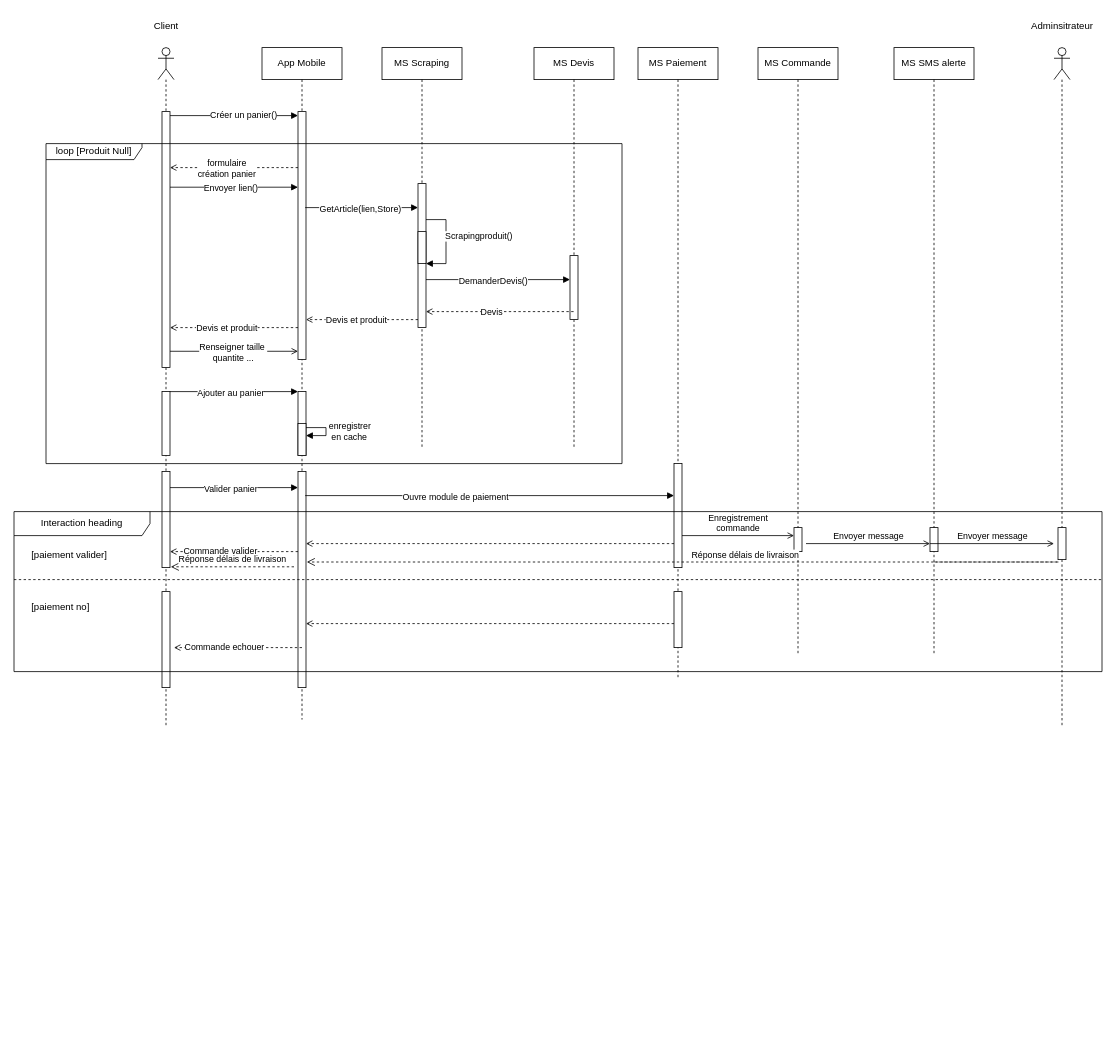
Before: page "DS-MFS-Panier" (2 of 2) of Diagramme_MyFrench_Shop.drawio in kbvac/Diagramme-UML, a draw.io diagram. Source tidied: cells renumbered, new cells numbered last; positions are measured from the earlier drawing's top-left corner, leaving out a move shared by most shapes. Both pictures are drawn from the tidied source at 80%, with x=0, y=0 at pixel (14, 14).
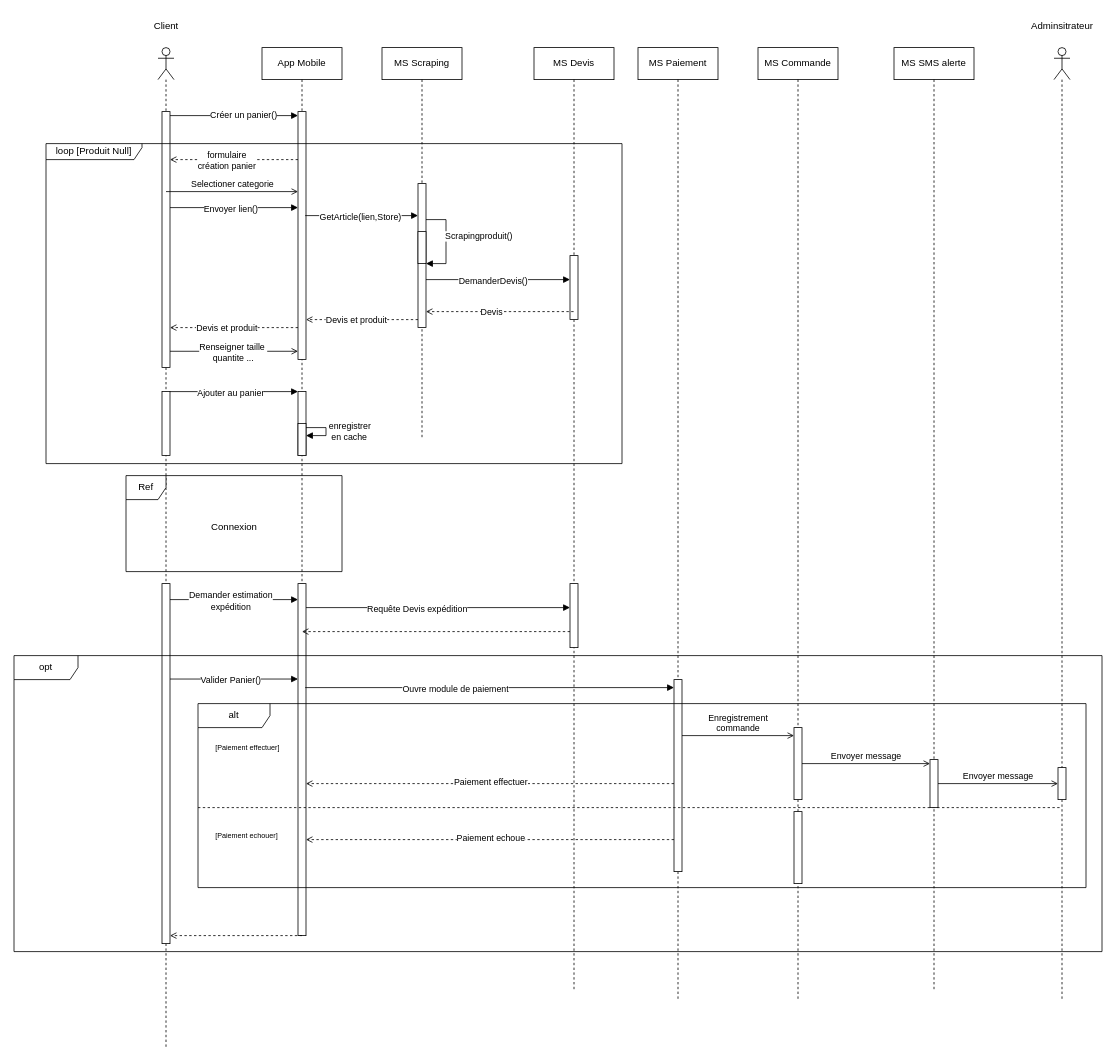
The same diagram, later.

Change to the diagram source:
```diff
@@
     <mxCell id="2" style="shape=umlLifeline;perimeter=lifelinePerimeter;whiteSpace=wrap;html=1;newEdgeStyle={&quot;curved&quot;:0,&quot;rounded&quot;:0};participant=umlActor;" parent="1" vertex="1">
-      <mxGeometry x="180" y="42" width="20" height="850" as="geometry" />
+      <mxGeometry x="180" y="42" width="20" height="1250" as="geometry" />
     </mxCell>
@@
     <mxCell id="5" style="html=1;points=[[0,0,0,0,5],[0,1,0,0,-5],[1,0,0,0,5],[1,1,0,0,-5]];perimeter=orthogonalPerimeter;outlineConnect=0;targetShapes=umlLifeline;portConstraint=eastwest;newEdgeStyle={&quot;curved&quot;:0,&quot;rounded&quot;:0};" parent="2" vertex="1">
-      <mxGeometry x="5" y="530" width="10" height="120" as="geometry" />
+      <mxGeometry x="5" y="670" width="10" height="450" as="geometry" />
     </mxCell>
-    <mxCell id="6" style="html=1;perimeter=orthogonalPerimeter;targetShapes=umlLifeline;newEdgeStyle={&quot;curved&quot;:0,&quot;rounded&quot;:0};" parent="2" vertex="1">
-      <mxGeometry x="5" y="680" width="10" height="120" as="geometry" />
-    </mxCell>
     <mxCell id="7" value="MS Scraping" style="shape=umlLifeline;perimeter=lifelinePerimeter;whiteSpace=wrap;html=1;newEdgeStyle={&quot;edgeStyle&quot;:&quot;elbowEdgeStyle&quot;,&quot;elbow&quot;:&quot;vertical&quot;,&quot;curved&quot;:0,&quot;rounded&quot;:0};" parent="1" vertex="1">
-      <mxGeometry x="460" y="42" width="100" height="500" as="geometry" />
+      <mxGeometry x="460" y="42" width="100" height="490" as="geometry" />
     </mxCell>
@@
     <mxCell id="14" value="MS Devis" style="shape=umlLifeline;perimeter=lifelinePerimeter;whiteSpace=wrap;html=1;outlineConnect=0;portConstraint=eastwest;newEdgeStyle={&quot;edgeStyle&quot;:&quot;elbowEdgeStyle&quot;,&quot;elbow&quot;:&quot;vertical&quot;,&quot;curved&quot;:0,&quot;rounded&quot;:0};" parent="1" vertex="1">
-      <mxGeometry x="650" y="42" width="100" height="500" as="geometry" />
+      <mxGeometry x="650" y="42" width="100" height="1180" as="geometry" />
     </mxCell>
@@
+    <mxCell id="70" style="html=1;points=[[0,0,0,0,5],[0,1,0,0,-5],[1,0,0,0,5],[1,1,0,0,-5]];perimeter=orthogonalPerimeter;outlineConnect=0;targetShapes=umlLifeline;portConstraint=eastwest;newEdgeStyle={&quot;curved&quot;:0,&quot;rounded&quot;:0};" parent="14" vertex="1">
+      <mxGeometry x="45" y="670" width="10" height="80" as="geometry" />
+    </mxCell>
     <mxCell id="16" value="App Mobile" style="shape=umlLifeline;perimeter=lifelinePerimeter;whiteSpace=wrap;html=1;newEdgeStyle={&quot;edgeStyle&quot;:&quot;elbowEdgeStyle&quot;,&quot;elbow&quot;:&quot;vertical&quot;,&quot;curved&quot;:0,&quot;rounded&quot;:0};" parent="1" vertex="1">
-      <mxGeometry x="310" y="42" width="100" height="840" as="geometry" />
+      <mxGeometry x="310" y="42" width="100" height="1060" as="geometry" />
     </mxCell>
@@
     <mxCell id="21" style="html=1;points=[[0,0,0,0,5],[0,1,0,0,-5],[1,0,0,0,5],[1,1,0,0,-5]];perimeter=orthogonalPerimeter;outlineConnect=0;targetShapes=umlLifeline;portConstraint=eastwest;newEdgeStyle={&quot;curved&quot;:0,&quot;rounded&quot;:0};" parent="16" vertex="1">
-      <mxGeometry x="45" y="530" width="10" height="270" as="geometry" />
+      <mxGeometry x="45" y="670" width="10" height="440" as="geometry" />
     </mxCell>
     <mxCell id="22" style="html=1;verticalAlign=bottom;labelBackgroundColor=none;endArrow=open;endFill=0;dashed=1;rounded=0;" parent="1" edge="1">
       <mxGeometry relative="1" as="geometry">
-        <mxPoint x="355" y="192" as="sourcePoint" />
-        <mxPoint x="195" y="192" as="targetPoint" />
+        <mxPoint x="355" y="182" as="sourcePoint" />
+        <mxPoint x="195" y="182" as="targetPoint" />
         <Array as="points">
-          <mxPoint x="280" y="192" />
+          <mxPoint x="280" y="182" />
         </Array>
       </mxGeometry>
     </mxCell>
@@
     <mxCell id="24" style="html=1;verticalAlign=bottom;labelBackgroundColor=none;endArrow=block;endFill=1;rounded=0;" parent="1" edge="1">
       <mxGeometry relative="1" as="geometry">
-        <mxPoint x="195" y="216.5" as="sourcePoint" />
-        <mxPoint x="355" y="216.5" as="targetPoint" />
+        <mxPoint x="195" y="242" as="sourcePoint" />
+        <mxPoint x="355" y="242" as="targetPoint" />
       </mxGeometry>
     </mxCell>
@@
     <mxCell id="26" style="html=1;verticalAlign=bottom;labelBackgroundColor=none;endArrow=block;endFill=1;rounded=0;" parent="1" edge="1">
       <mxGeometry relative="1" as="geometry">
-        <mxPoint x="364" y="242" as="sourcePoint" />
-        <mxPoint x="505" y="242" as="targetPoint" />
+        <mxPoint x="364" y="252" as="sourcePoint" />
+        <mxPoint x="505" y="252" as="targetPoint" />
       </mxGeometry>
     </mxCell>
@@
     <mxCell id="39" style="html=1;verticalAlign=bottom;labelBackgroundColor=none;endArrow=block;endFill=1;rounded=0;" parent="1" edge="1" source="5" target="21">
       <mxGeometry relative="1" as="geometry">
         <Array as="points">
-          <mxPoint x="335" y="592" />
+          <mxPoint x="335" y="732" />
         </Array>
       </mxGeometry>
     </mxCell>
-    <mxCell id="40" value="Valider panier" style="edgeLabel;html=1;align=center;verticalAlign=middle;" parent="39" vertex="1">
+    <mxCell id="40" value="Demander estimation&lt;br&gt;expédition" style="edgeLabel;html=1;align=center;verticalAlign=middle;" parent="39" vertex="1">
       <mxGeometry x="-0.26" y="-1" relative="1" as="geometry">
         <mxPoint x="16" as="offset" />
       </mxGeometry>
     </mxCell>
-    <mxCell id="41" style="html=1;verticalAlign=bottom;labelBackgroundColor=none;endArrow=open;endFill=0;dashed=1;rounded=0;" parent="1" edge="1">
-      <mxGeometry relative="1" as="geometry">
-        <mxPoint x="825" y="662" as="sourcePoint" />
-        <mxPoint x="365" y="662" as="targetPoint" />
-        <Array as="points">
-          <mxPoint x="440" y="662" />
-        </Array>
-      </mxGeometry>
-    </mxCell>
     <mxCell id="42" value="MS Paiement" style="shape=umlLifeline;perimeter=lifelinePerimeter;whiteSpace=wrap;html=1;newEdgeStyle={&quot;edgeStyle&quot;:&quot;elbowEdgeStyle&quot;,&quot;elbow&quot;:&quot;vertical&quot;,&quot;curved&quot;:0,&quot;rounded&quot;:0};" parent="1" vertex="1">
-      <mxGeometry x="780" y="42" width="100" height="790" as="geometry" />
+      <mxGeometry x="780" y="42" width="100" height="1190" as="geometry" />
     </mxCell>
     <mxCell id="43" style="html=1;points=[[0,0,0,0,5],[0,1,0,0,-5],[1,0,0,0,5],[1,1,0,0,-5]];perimeter=orthogonalPerimeter;outlineConnect=0;targetShapes=umlLifeline;portConstraint=eastwest;newEdgeStyle={&quot;curved&quot;:0,&quot;rounded&quot;:0};" parent="42" vertex="1">
-      <mxGeometry x="45" y="520" width="10" height="130" as="geometry" />
+      <mxGeometry x="45" y="790" width="10" height="240" as="geometry" />
     </mxCell>
+    <mxCell id="46" value="MS Commande" style="shape=umlLifeline;perimeter=lifelinePerimeter;whiteSpace=wrap;html=1;newEdgeStyle={&quot;edgeStyle&quot;:&quot;elbowEdgeStyle&quot;,&quot;elbow&quot;:&quot;vertical&quot;,&quot;curved&quot;:0,&quot;rounded&quot;:0};" parent="1" vertex="1">
+      <mxGeometry x="930" y="42" width="100" height="1190" as="geometry" />
+    </mxCell>
+    <mxCell id="71" style="html=1;perimeter=orthogonalPerimeter;targetShapes=umlLifeline;newEdgeStyle={&quot;curved&quot;:0,&quot;rounded&quot;:0};" parent="46" vertex="1">
+      <mxGeometry x="45" y="955" width="10" height="90" as="geometry" />
+    </mxCell>
+    <mxCell id="48" value="opt" style="shape=umlFrame;whiteSpace=wrap;html=1;width=80;height=30;" parent="1" vertex="1">
+      <mxGeometry y="802" width="1360" height="370" as="geometry" />
+    </mxCell>
+    <mxCell id="51" value="Enregistrement&lt;br&gt;commande" style="html=1;verticalAlign=bottom;labelBackgroundColor=none;endArrow=open;endFill=0;rounded=0;" parent="48" edge="1">
+      <mxGeometry relative="1" as="geometry">
+        <mxPoint x="835" y="100" as="sourcePoint" />
+        <mxPoint x="975" y="100" as="targetPoint" />
+      </mxGeometry>
+    </mxCell>
-    <mxCell id="44" style="html=1;verticalAlign=bottom;labelBackgroundColor=none;endArrow=block;endFill=1;rounded=0;" parent="1" edge="1">
+    <mxCell id="44" style="html=1;verticalAlign=bottom;labelBackgroundColor=none;endArrow=block;endFill=1;rounded=0;" parent="48" edge="1">
       <mxGeometry relative="1" as="geometry">
-        <mxPoint x="364" y="602" as="sourcePoint" />
-        <mxPoint x="825" y="602" as="targetPoint" />
+        <mxPoint x="364" y="40" as="sourcePoint" />
+        <mxPoint x="825" y="40" as="targetPoint" />
         <Array as="points">
-          <mxPoint x="504" y="602" />
+          <mxPoint x="504" y="40" />
         </Array>
       </mxGeometry>
     </mxCell>
@@
-    <mxCell id="46" value="MS Commande" style="shape=umlLifeline;perimeter=lifelinePerimeter;whiteSpace=wrap;html=1;newEdgeStyle={&quot;edgeStyle&quot;:&quot;elbowEdgeStyle&quot;,&quot;elbow&quot;:&quot;vertical&quot;,&quot;curved&quot;:0,&quot;rounded&quot;:0};" parent="1" vertex="1">
-      <mxGeometry x="930" y="42" width="100" height="760" as="geometry" />
-    </mxCell>
-    <mxCell id="47" style="html=1;points=[[0,0,0,0,5],[0,1,0,0,-5],[1,0,0,0,5],[1,1,0,0,-5]];perimeter=orthogonalPerimeter;outlineConnect=0;targetShapes=umlLifeline;portConstraint=eastwest;newEdgeStyle={&quot;curved&quot;:0,&quot;rounded&quot;:0};" parent="46" vertex="1">
-      <mxGeometry x="45" y="600" width="10" height="30" as="geometry" />
+    <mxCell id="47" style="html=1;points=[[0,0,0,0,5],[0,1,0,0,-5],[1,0,0,0,5],[1,1,0,0,-5]];perimeter=orthogonalPerimeter;outlineConnect=0;targetShapes=umlLifeline;portConstraint=eastwest;newEdgeStyle={&quot;curved&quot;:0,&quot;rounded&quot;:0};" parent="48" vertex="1">
+      <mxGeometry x="975" y="90" width="10" height="90" as="geometry" />
     </mxCell>
-    <mxCell id="48" value="Interaction heading" style="shape=umlFrame;whiteSpace=wrap;html=1;width=170;" parent="1" vertex="1">
-      <mxGeometry y="622" width="1360" height="200" as="geometry" />
-    </mxCell>
-    <mxCell id="49" value="[paiement valider]" style="text;html=1;" parent="48" vertex="1">
-      <mxGeometry width="100" height="20" relative="1" as="geometry">
-        <mxPoint x="20" y="40" as="offset" />
-      </mxGeometry>
-    </mxCell>
-    <mxCell id="50" value="[paiement no]" style="line;strokeWidth=1;dashed=1;labelPosition=center;verticalLabelPosition=bottom;align=left;verticalAlign=top;spacingLeft=20;spacingTop=15;html=1;whiteSpace=wrap;" parent="48" vertex="1">
-      <mxGeometry y="80" width="1360" height="10" as="geometry" />
-    </mxCell>
-    <mxCell id="51" value="Enregistrement&lt;br&gt;commande" style="html=1;verticalAlign=bottom;labelBackgroundColor=none;endArrow=open;endFill=0;rounded=0;" parent="48" edge="1">
-      <mxGeometry relative="1" as="geometry">
-        <mxPoint x="835" y="30" as="sourcePoint" />
-        <mxPoint x="975" y="30" as="targetPoint" />
-      </mxGeometry>
-    </mxCell>
-    <mxCell id="52" style="html=1;verticalAlign=bottom;labelBackgroundColor=none;endArrow=open;endFill=0;dashed=1;rounded=0;" parent="48" edge="1">
-      <mxGeometry relative="1" as="geometry">
-        <mxPoint x="355" y="50" as="sourcePoint" />
-        <mxPoint x="195" y="50" as="targetPoint" />
-        <Array as="points">
-          <mxPoint x="225" y="50" />
-        </Array>
-      </mxGeometry>
-    </mxCell>
-    <mxCell id="53" value="Commande valider" style="edgeLabel;html=1;align=center;verticalAlign=middle;" parent="52" vertex="1">
-      <mxGeometry x="0.22" y="-2" relative="1" as="geometry" />
-    </mxCell>
-    <mxCell id="54" style="html=1;perimeter=orthogonalPerimeter;targetShapes=umlLifeline;newEdgeStyle={&quot;curved&quot;:0,&quot;rounded&quot;:0};" parent="48" vertex="1">
-      <mxGeometry x="825" y="100" width="10" height="70" as="geometry" />
-    </mxCell>
-    <mxCell id="55" style="html=1;verticalAlign=bottom;labelBackgroundColor=none;endArrow=open;endFill=0;dashed=1;rounded=0;" parent="48" edge="1">
-      <mxGeometry relative="1" as="geometry">
-        <mxPoint x="825" y="140" as="sourcePoint" />
-        <mxPoint x="365" y="140" as="targetPoint" />
-        <Array as="points">
-          <mxPoint x="440" y="140" />
-        </Array>
-      </mxGeometry>
-    </mxCell>
-    <mxCell id="56" style="html=1;verticalAlign=bottom;labelBackgroundColor=none;endArrow=open;endFill=0;dashed=1;rounded=0;" parent="48" edge="1">
-      <mxGeometry relative="1" as="geometry">
-        <mxPoint x="360" y="170" as="sourcePoint" />
-        <mxPoint x="200" y="170" as="targetPoint" />
-        <Array as="points">
-          <mxPoint x="230" y="170" />
-        </Array>
-      </mxGeometry>
-    </mxCell>
-    <mxCell id="57" value="Commande echouer" style="edgeLabel;html=1;align=center;verticalAlign=middle;" parent="56" vertex="1">
-      <mxGeometry x="0.22" y="-2" relative="1" as="geometry" />
-    </mxCell>
-    <mxCell id="58" value="&lt;div style=&quot;&quot;&gt;Réponse délais de livraison&lt;br&gt;&lt;/div&gt;" style="html=1;verticalAlign=bottom;endArrow=open;dashed=1;endSize=8;curved=0;rounded=0;align=center;" parent="48" edge="1">
-      <mxGeometry relative="1" as="geometry">
-        <mxPoint x="1150.5" y="63" as="sourcePoint" />
-        <mxPoint x="366" y="63" as="targetPoint" />
-        <Array as="points">
-          <mxPoint x="1306" y="63" />
-        </Array>
-      </mxGeometry>
-    </mxCell>
-    <mxCell id="59" value="&lt;div style=&quot;&quot;&gt;Réponse délais de livraison&lt;br&gt;&lt;/div&gt;" style="html=1;verticalAlign=bottom;endArrow=open;dashed=1;endSize=8;curved=0;rounded=0;align=center;" parent="48" edge="1">
-      <mxGeometry relative="1" as="geometry">
-        <mxPoint x="350" y="69" as="sourcePoint" />
-        <mxPoint x="196" y="69" as="targetPoint" />
-      </mxGeometry>
-    </mxCell>
+    <mxCell id="41" style="html=1;verticalAlign=bottom;labelBackgroundColor=none;endArrow=open;endFill=0;dashed=1;rounded=0;" parent="48" edge="1" source="43">
+      <mxGeometry relative="1" as="geometry">
+        <mxPoint x="365" y="160" as="targetPoint" />
+        <Array as="points">
+          <mxPoint x="440" y="160" />
+        </Array>
+      </mxGeometry>
+    </mxCell>
+    <mxCell id="72" value="Paiement effectuer" style="edgeLabel;html=1;align=center;verticalAlign=middle;" parent="41" vertex="1">
+      <mxGeometry y="-3" relative="1" as="geometry" />
+    </mxCell>
+    <mxCell id="73" value="alt" style="shape=umlFrame;whiteSpace=wrap;html=1;width=90;height=30;" parent="48" vertex="1">
+      <mxGeometry x="230" y="60" width="1110" height="230" as="geometry" />
+    </mxCell>
+    <mxCell id="74" value="&lt;font style=&quot;font-size: 9px;&quot;&gt;[Paiement effectuer]&lt;/font&gt;" style="text;html=1;" parent="73" vertex="1">
+      <mxGeometry width="100" height="20" relative="1" as="geometry">
+        <mxPoint x="20" y="40" as="offset" />
+      </mxGeometry>
+    </mxCell>
+    <mxCell id="75" value="&lt;font style=&quot;font-size: 9px;&quot;&gt;[Paiement echouer]&lt;/font&gt;" style="line;strokeWidth=1;dashed=1;labelPosition=center;verticalLabelPosition=bottom;align=left;verticalAlign=top;spacingLeft=20;spacingTop=15;html=1;whiteSpace=wrap;" parent="73" vertex="1">
+      <mxGeometry y="125" width="1080" height="10" as="geometry" />
+    </mxCell>
     <mxCell id="60" value="MS SMS alerte" style="shape=umlLifeline;perimeter=lifelinePerimeter;whiteSpace=wrap;html=1;newEdgeStyle={&quot;edgeStyle&quot;:&quot;elbowEdgeStyle&quot;,&quot;elbow&quot;:&quot;vertical&quot;,&quot;curved&quot;:0,&quot;rounded&quot;:0};" parent="1" vertex="1">
-      <mxGeometry x="1100" y="42" width="100" height="760" as="geometry" />
+      <mxGeometry x="1100" y="42" width="100" height="1180" as="geometry" />
     </mxCell>
     <mxCell id="61" style="html=1;points=[[0,0,0,0,5],[0,1,0,0,-5],[1,0,0,0,5],[1,1,0,0,-5]];perimeter=orthogonalPerimeter;outlineConnect=0;targetShapes=umlLifeline;portConstraint=eastwest;newEdgeStyle={&quot;curved&quot;:0,&quot;rounded&quot;:0};" parent="60" vertex="1">
-      <mxGeometry x="45" y="600" width="10" height="30" as="geometry" />
+      <mxGeometry x="45" y="890" width="10" height="60" as="geometry" />
     </mxCell>
-    <mxCell id="62" value="Envoyer message" style="html=1;verticalAlign=bottom;labelBackgroundColor=none;endArrow=open;endFill=0;rounded=0;" parent="1" edge="1" target="61">
-      <mxGeometry relative="1" as="geometry">
-        <mxPoint x="990" y="662" as="sourcePoint" />
-      </mxGeometry>
-    </mxCell>
     <mxCell id="63" style="shape=umlLifeline;perimeter=lifelinePerimeter;whiteSpace=wrap;html=1;newEdgeStyle={&quot;curved&quot;:0,&quot;rounded&quot;:0};participant=umlActor;" parent="1" vertex="1">
-      <mxGeometry x="1300" y="42" width="20" height="850" as="geometry" />
+      <mxGeometry x="1300" y="42" width="20" height="1190" as="geometry" />
     </mxCell>
     <mxCell id="64" style="html=1;points=[[0,0,0,0,5],[0,1,0,0,-5],[1,0,0,0,5],[1,1,0,0,-5]];perimeter=orthogonalPerimeter;outlineConnect=0;targetShapes=umlLifeline;portConstraint=eastwest;newEdgeStyle={&quot;curved&quot;:0,&quot;rounded&quot;:0};" parent="63" vertex="1">
-      <mxGeometry x="5" y="600" width="10" height="40" as="geometry" />
+      <mxGeometry x="5" y="900" width="10" height="40" as="geometry" />
     </mxCell>
-    <mxCell id="65" value="Envoyer message" style="html=1;verticalAlign=bottom;labelBackgroundColor=none;endArrow=open;endFill=0;rounded=0;" parent="1" edge="1">
-      <mxGeometry relative="1" as="geometry">
-        <mxPoint x="1145" y="662" as="sourcePoint" />
-        <mxPoint x="1300" y="662" as="targetPoint" />
-      </mxGeometry>
+    <mxCell id="65" value="Envoyer message" style="html=1;verticalAlign=bottom;labelBackgroundColor=none;endArrow=open;endFill=0;rounded=0;" parent="1" edge="1" source="61" target="64">
+      <mxGeometry relative="1" as="geometry" />
     </mxCell>
@@
+    <mxCell id="76" value="Selectioner categorie" style="html=1;verticalAlign=bottom;labelBackgroundColor=none;endArrow=open;endFill=0;rounded=0;" parent="1" edge="1">
+      <mxGeometry relative="1" as="geometry">
+        <mxPoint x="190" y="222" as="sourcePoint" />
+        <mxPoint x="355" y="222" as="targetPoint" />
+      </mxGeometry>
+    </mxCell>
+    <mxCell id="77" style="html=1;verticalAlign=bottom;labelBackgroundColor=none;endArrow=block;endFill=1;rounded=0;" parent="1" edge="1" source="21" target="70">
+      <mxGeometry relative="1" as="geometry">
+        <Array as="points">
+          <mxPoint x="514" y="742" />
+        </Array>
+      </mxGeometry>
+    </mxCell>
+    <mxCell id="78" value="Requête Devis expédition" style="edgeLabel;html=1;align=center;verticalAlign=middle;" parent="77" vertex="1">
+      <mxGeometry x="-0.26" y="-1" relative="1" as="geometry">
+        <mxPoint x="16" as="offset" />
+      </mxGeometry>
+    </mxCell>
+    <mxCell id="79" style="html=1;verticalAlign=bottom;labelBackgroundColor=none;endArrow=open;endFill=0;dashed=1;rounded=0;" parent="1" edge="1" source="70">
+      <mxGeometry relative="1" as="geometry">
+        <mxPoint x="360" y="772" as="targetPoint" />
+        <Array as="points">
+          <mxPoint x="500" y="772" />
+        </Array>
+      </mxGeometry>
+    </mxCell>
+    <mxCell id="80" style="html=1;verticalAlign=bottom;labelBackgroundColor=none;endArrow=block;endFill=1;rounded=0;" parent="1" edge="1" source="5" target="21">
+      <mxGeometry relative="1" as="geometry">
+        <Array as="points">
+          <mxPoint x="335" y="831.3" />
+        </Array>
+      </mxGeometry>
+    </mxCell>
+    <mxCell id="81" value="Valider Panier()" style="edgeLabel;html=1;align=center;verticalAlign=middle;" parent="80" vertex="1">
+      <mxGeometry x="-0.26" y="-1" relative="1" as="geometry">
+        <mxPoint x="16" as="offset" />
+      </mxGeometry>
+    </mxCell>
+    <mxCell id="62" value="Envoyer message" style="html=1;verticalAlign=bottom;labelBackgroundColor=none;endArrow=open;endFill=0;rounded=0;" parent="1" edge="1" source="47" target="61">
+      <mxGeometry relative="1" as="geometry" />
+    </mxCell>
+    <mxCell id="82" style="html=1;verticalAlign=bottom;labelBackgroundColor=none;endArrow=open;endFill=0;dashed=1;rounded=0;" parent="1" edge="1" source="43" target="21">
+      <mxGeometry relative="1" as="geometry">
+        <Array as="points">
+          <mxPoint x="425" y="1032" />
+        </Array>
+      </mxGeometry>
+    </mxCell>
+    <mxCell id="83" value="Paiement echoue" style="edgeLabel;html=1;align=center;verticalAlign=middle;" parent="82" vertex="1">
+      <mxGeometry y="-3" relative="1" as="geometry" />
+    </mxCell>
+    <mxCell id="84" style="html=1;verticalAlign=bottom;labelBackgroundColor=none;endArrow=open;endFill=0;dashed=1;rounded=0;" parent="1" edge="1" source="21" target="5">
+      <mxGeometry relative="1" as="geometry">
+        <Array as="points">
+          <mxPoint x="360" y="1152" />
+        </Array>
+      </mxGeometry>
+    </mxCell>
+    <mxCell id="85" value="Ref" style="shape=umlFrame;whiteSpace=wrap;html=1;width=50;" parent="1" vertex="1">
+      <mxGeometry x="140" y="577" width="270" height="120" as="geometry" />
+    </mxCell>
+    <mxCell id="86" value="Connexion" style="text;align=center;html=1;" parent="85" vertex="1">
+      <mxGeometry width="100" height="20" relative="1" as="geometry">
+        <mxPoint x="85" y="50" as="offset" />
+      </mxGeometry>
+    </mxCell>
+    <mxCell id="87" style="edgeStyle=orthogonalEdgeStyle;rounded=0;orthogonalLoop=1;jettySize=auto;html=1;exitX=0.5;exitY=1;exitDx=0;exitDy=0;" parent="85" edge="1" source="86" target="86">
+      <mxGeometry relative="1" as="geometry" />
+    </mxCell>
```
